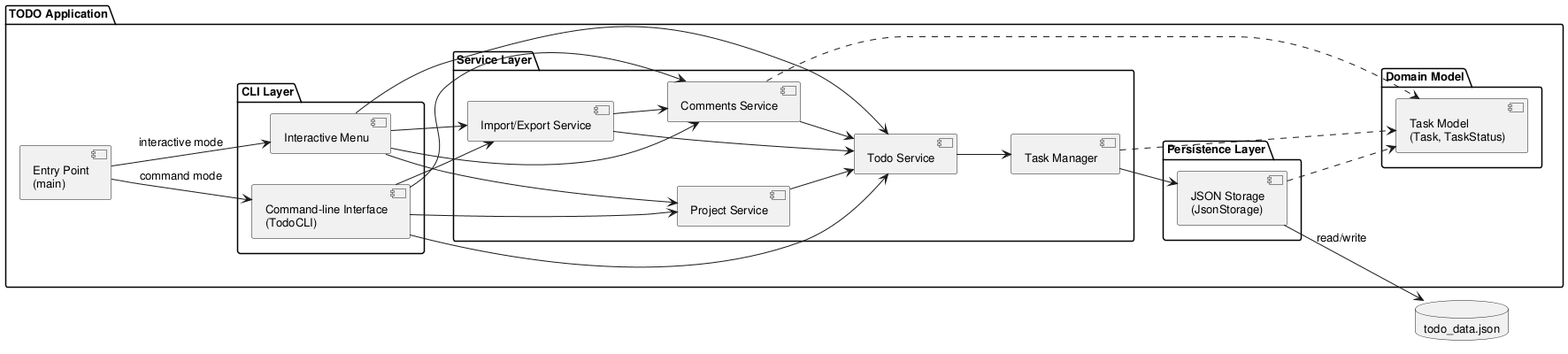
Above: experiments/broadcast/test_driven/TODO/artifacts/component_diagram.png in DanielRiha8906/Software_autoevolution_using_agents (PlantUML), before the change.
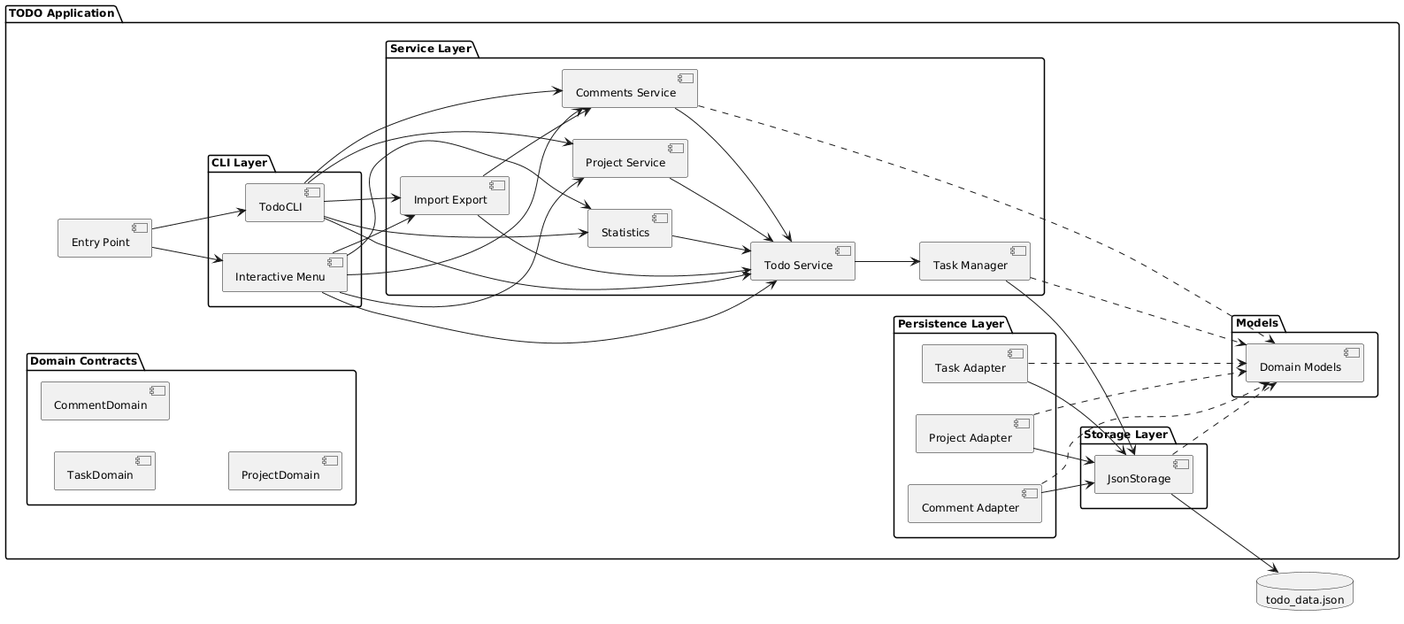
The same diagram one commit later.

Commit message:
Task 09: Refactor TODO manager into clearly separated components

Change to the diagram source:
```diff
@@ -1,17 +1,17 @@
 @startuml component_diagram
 
 skinparam componentStyle uml2
-skinparam defaultFontSize 13
+skinparam defaultFontSize 12
 
 left to right direction
 
 package "TODO Application" {
 
-    component "Entry Point\n(main)" as Main
+    component "Entry Point" as Main
 
     package "CLI Layer" {
         component "Interactive Menu" as IM
-        component "Command-line Interface\n(TodoCLI)" as CLI
+        component "TodoCLI" as CLI
     }
 
     package "Service Layer" {
@@ -19,43 +19,66 @@
         component "Task Manager" as MGR
         component "Project Service" as PS
         component "Comments Service" as CS
-        component "Import/Export Service" as IES
+        component "Import Export" as IES
+        component "Statistics" as SS
     }
 
-    package "Domain Model" {
-        component "Task Model\n(Task, TaskStatus)" as Model
+    package "Domain Contracts" {
+        component "TaskDomain" as TD
+        component "CommentDomain" as CD
+        component "ProjectDomain" as PD
     }
 
     package "Persistence Layer" {
-        component "JSON Storage\n(JsonStorage)" as Storage
+        component "Task Adapter" as TA
+        component "Comment Adapter" as CA
+        component "Project Adapter" as PA
+    }
+
+    package "Storage Layer" {
+        component "JsonStorage" as Storage
+    }
+
+    package "Models" {
+        component "Domain Models" as DM
     }
 }
 
 database "todo_data.json" as DB
 
-Main --> IM : interactive mode
-Main --> CLI : command mode
+Main --> IM
+Main --> CLI
 
 IM --> SVC
 IM --> PS
 IM --> CS
 IM --> IES
+IM --> SS
 CLI --> SVC
 CLI --> PS
 CLI --> CS
 CLI --> IES
+CLI --> SS
 
 SVC --> MGR
 PS --> SVC
 CS --> SVC
 IES --> SVC
 IES --> CS
+SS --> SVC
 
 MGR --> Storage
-MGR ..> Model
-Storage ..> Model
-CS ..> Model
+TA --> Storage
+CA --> Storage
+PA --> Storage
 
-Storage --> DB : read/write
+MGR ..> DM
+CS ..> DM
+TA ..> DM
+CA ..> DM
+PA ..> DM
+Storage ..> DM
+
+Storage --> DB
 
 @enduml
```
